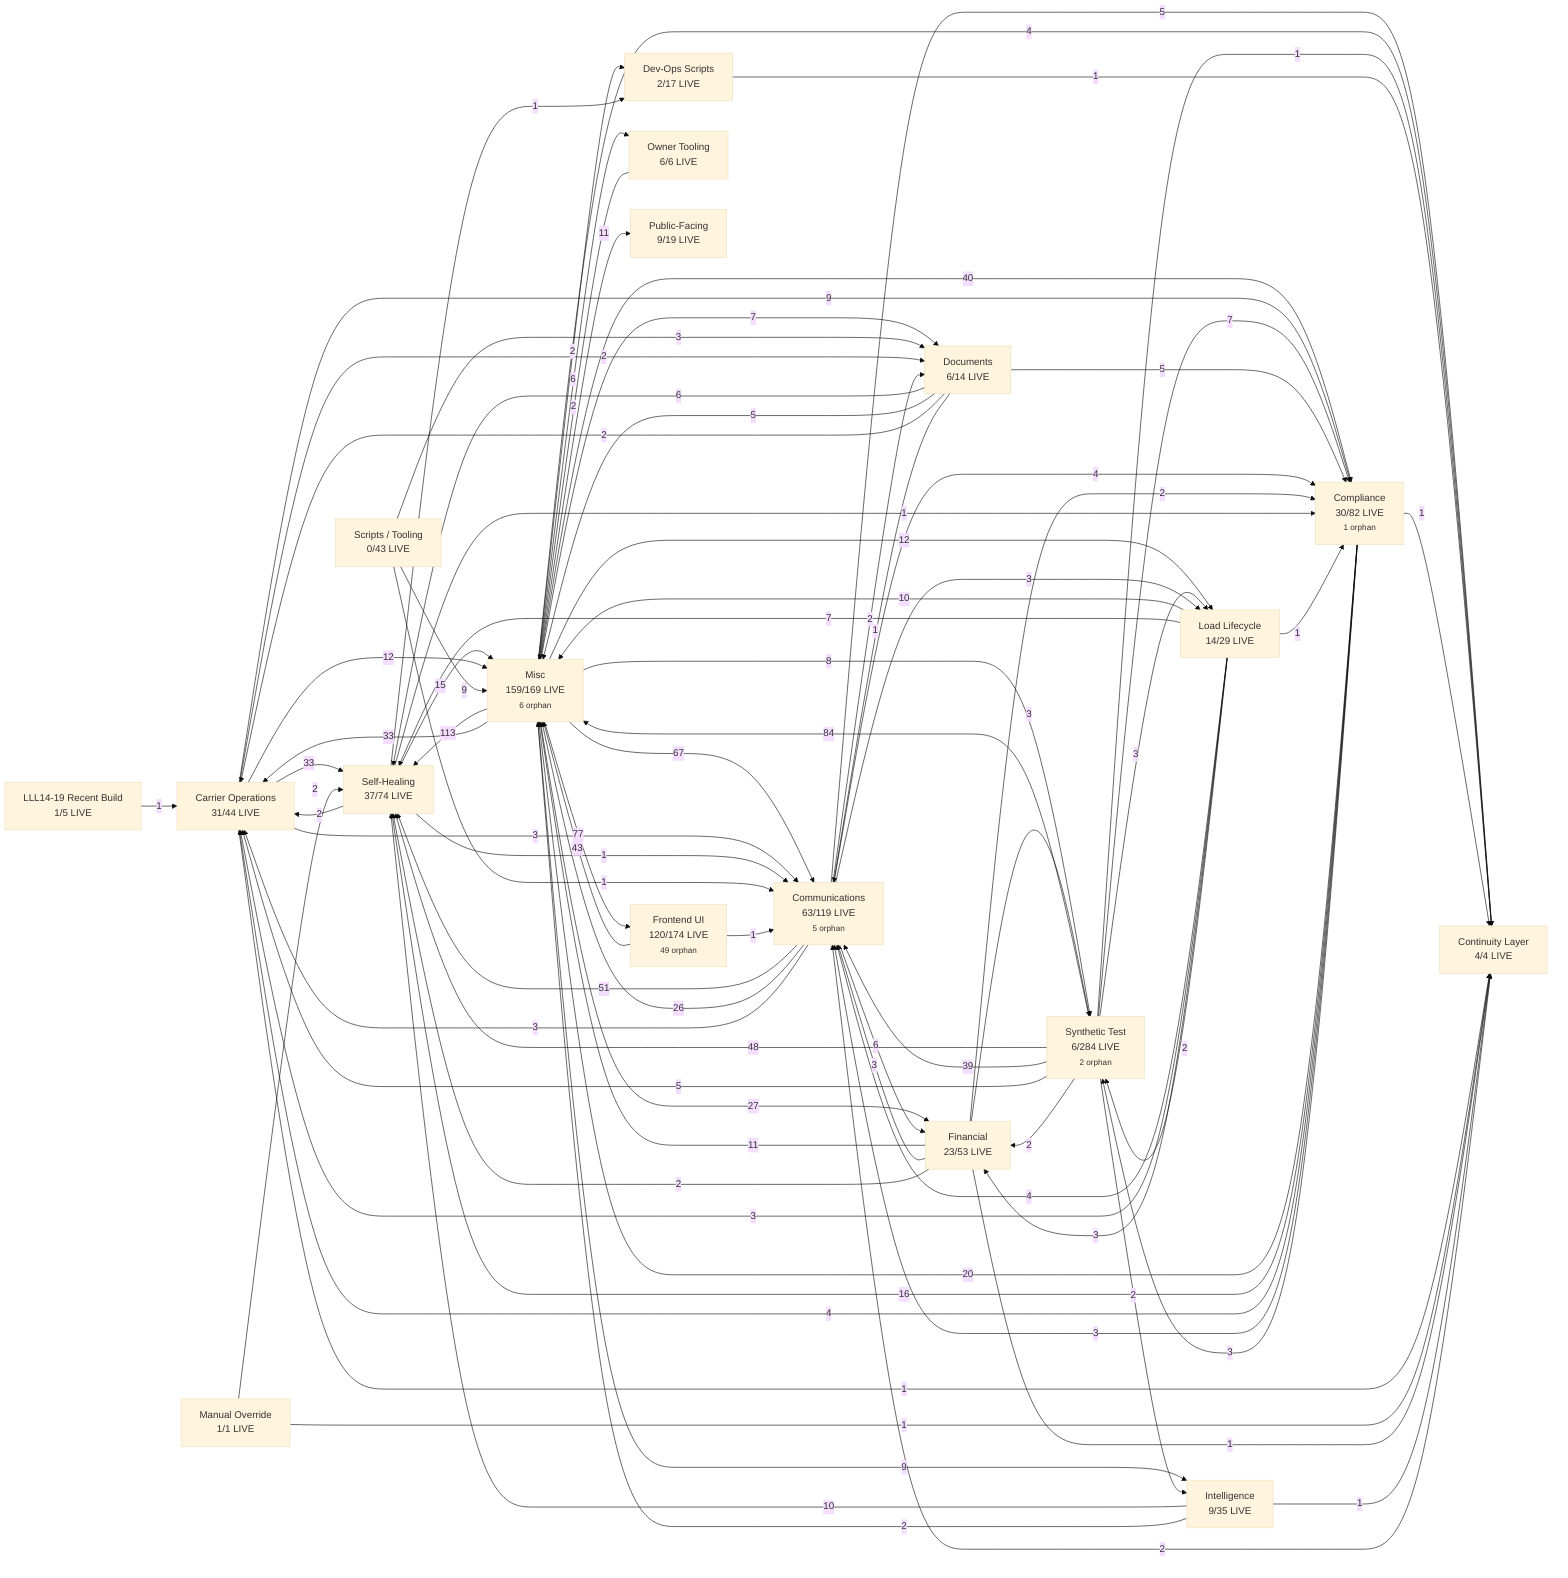
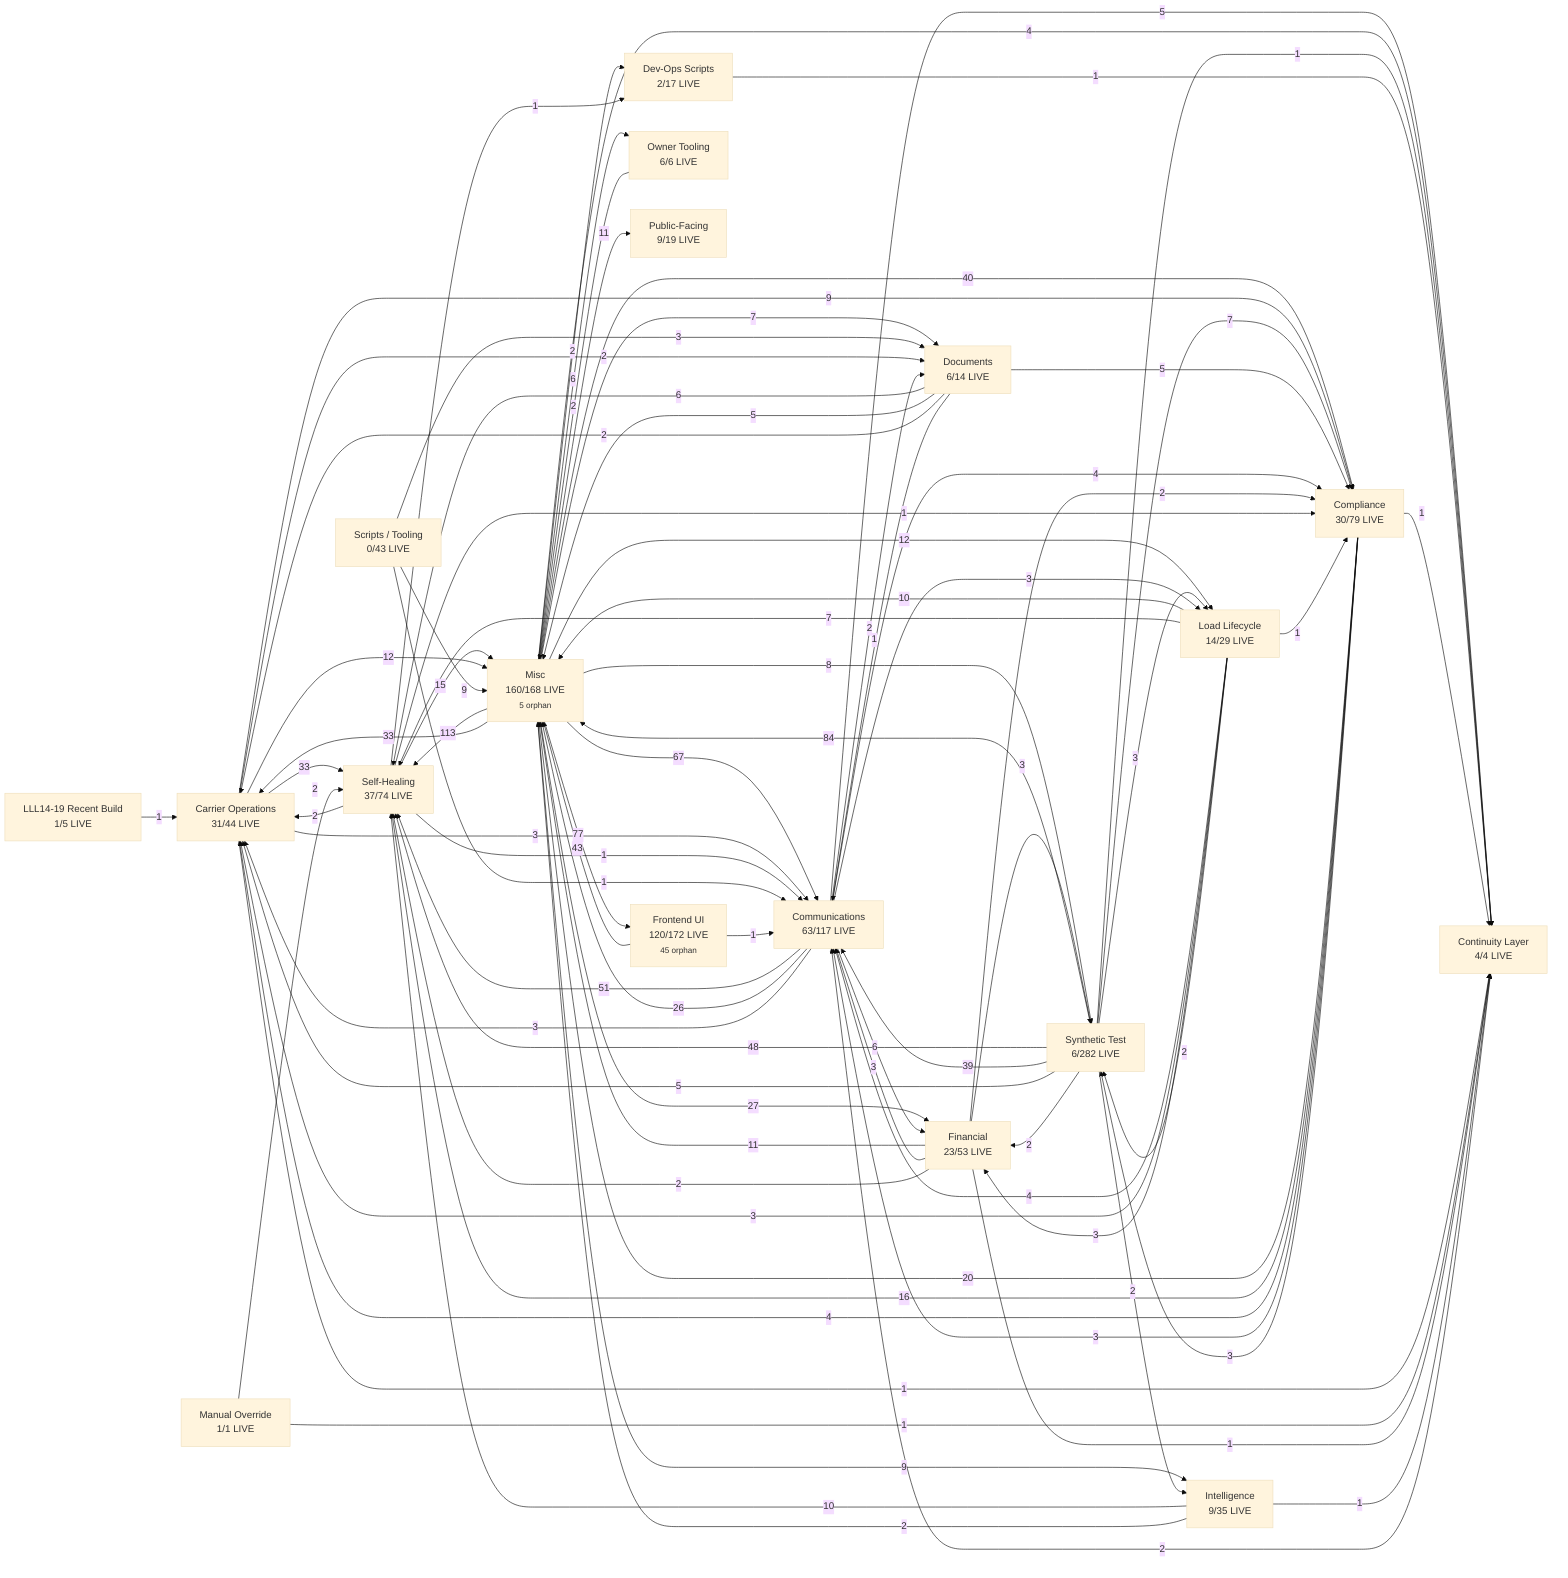
%%{init: {'theme':'base'}}%%
graph LR

  %% Subsystem nodes (size in label = LIVE / total)
  S_Carrier_Operations["Carrier Operations<br/>31/44 LIVE"]
-   S_Communications["Communications<br/>63/119 LIVE<br/><small>5 orphan</small>"]
-   S_Compliance["Compliance<br/>30/82 LIVE<br/><small>1 orphan</small>"]
+   S_Communications["Communications<br/>63/117 LIVE"]
+   S_Compliance["Compliance<br/>30/79 LIVE"]
  S_Continuity_Layer["Continuity Layer<br/>4/4 LIVE"]
  S_Dev_Ops_Scripts["Dev-Ops Scripts<br/>2/17 LIVE"]
  S_Documents["Documents<br/>6/14 LIVE"]
  S_Financial["Financial<br/>23/53 LIVE"]
-   S_Frontend_UI["Frontend UI<br/>120/174 LIVE<br/><small>49 orphan</small>"]
+   S_Frontend_UI["Frontend UI<br/>120/172 LIVE<br/><small>45 orphan</small>"]
  S_Intelligence["Intelligence<br/>9/35 LIVE"]
  S_LLL14_19_Recent_Build["LLL14-19 Recent Build<br/>1/5 LIVE"]
  S_Load_Lifecycle["Load Lifecycle<br/>14/29 LIVE"]
  S_Manual_Override["Manual Override<br/>1/1 LIVE"]
-   S_Misc["Misc<br/>159/169 LIVE<br/><small>6 orphan</small>"]
+   S_Misc["Misc<br/>160/168 LIVE<br/><small>5 orphan</small>"]
  S_Owner_Tooling["Owner Tooling<br/>6/6 LIVE"]
  S_Public_Facing["Public-Facing<br/>9/19 LIVE"]
  S_Scripts___Tooling["Scripts / Tooling<br/>0/43 LIVE"]
  S_Self_Healing["Self-Healing<br/>37/74 LIVE"]
-   S_Synthetic_Test["Synthetic Test<br/>6/284 LIVE<br/><small>2 orphan</small>"]
+   S_Synthetic_Test["Synthetic Test<br/>6/282 LIVE"]

  %% Cross-subsystem edges (weighted by caller-file count)
  S_Misc -- 113 --> S_Self_Healing
  S_Synthetic_Test -- 84 --> S_Misc
  S_Misc -- 77 --> S_Frontend_UI
  S_Misc -- 67 --> S_Communications
  S_Communications -- 51 --> S_Self_Healing
  S_Synthetic_Test -- 48 --> S_Self_Healing
  S_Frontend_UI -- 43 --> S_Misc
  S_Misc -- 40 --> S_Compliance
  S_Synthetic_Test -- 39 --> S_Communications
  S_Misc -- 33 --> S_Carrier_Operations
  S_Carrier_Operations -- 33 --> S_Self_Healing
  S_Misc -- 27 --> S_Financial
  S_Communications -- 26 --> S_Misc
  S_Compliance -- 20 --> S_Misc
  S_Compliance -- 16 --> S_Self_Healing
  S_Self_Healing -- 15 --> S_Misc
  S_Misc -- 12 --> S_Load_Lifecycle
  S_Carrier_Operations -- 12 --> S_Misc
  S_Financial -- 11 --> S_Misc
  S_Misc -- 11 --> S_Public_Facing
  S_Load_Lifecycle -- 10 --> S_Misc
  S_Intelligence -- 10 --> S_Self_Healing
  S_Carrier_Operations -- 9 --> S_Compliance
  S_Misc -- 9 --> S_Intelligence
  S_Scripts___Tooling -- 9 --> S_Misc
  S_Misc -- 8 --> S_Synthetic_Test
  S_Synthetic_Test -- 7 --> S_Compliance
  S_Misc -- 7 --> S_Documents
  S_Load_Lifecycle -- 7 --> S_Self_Healing
  S_Communications -- 6 --> S_Financial
  S_Misc -- 6 --> S_Owner_Tooling
  S_Documents -- 6 --> S_Self_Healing
  S_Synthetic_Test -- 5 --> S_Carrier_Operations
  S_Documents -- 5 --> S_Compliance
  S_Communications -- 5 --> S_Continuity_Layer
  S_Documents -- 5 --> S_Misc
  S_Compliance -- 4 --> S_Carrier_Operations
  S_Load_Lifecycle -- 4 --> S_Communications
  S_Communications -- 4 --> S_Compliance
  S_Misc -- 4 --> S_Continuity_Layer
  S_Load_Lifecycle -- 3 --> S_Carrier_Operations
  S_Communications -- 3 --> S_Carrier_Operations
  S_Financial -- 3 --> S_Communications
  S_Compliance -- 3 --> S_Communications
  S_Carrier_Operations -- 3 --> S_Communications
  S_Scripts___Tooling -- 3 --> S_Documents
  S_Load_Lifecycle -- 3 --> S_Financial
  S_Synthetic_Test -- 3 --> S_Load_Lifecycle
  S_Communications -- 3 --> S_Load_Lifecycle
  S_Compliance -- 3 --> S_Synthetic_Test
  S_Financial -- 3 --> S_Synthetic_Test
  S_Documents -- 2 --> S_Carrier_Operations
  S_Self_Healing -- 2 --> S_Carrier_Operations
  S_Continuity_Layer -- 2 --> S_Communications
  S_Financial -- 2 --> S_Compliance
  S_Misc -- 2 --> S_Dev_Ops_Scripts
  S_Carrier_Operations -- 2 --> S_Documents
  S_Communications -- 2 --> S_Documents
  S_Synthetic_Test -- 2 --> S_Financial
  S_Synthetic_Test -- 2 --> S_Intelligence
  S_Owner_Tooling -- 2 --> S_Misc
  S_Intelligence -- 2 --> S_Misc
  S_Manual_Override -- 2 --> S_Self_Healing
  S_Financial -- 2 --> S_Self_Healing
  S_Load_Lifecycle -- 2 --> S_Synthetic_Test
  S_LLL14_19_Recent_Build -- 1 --> S_Carrier_Operations
  S_Documents -- 1 --> S_Communications
  S_Self_Healing -- 1 --> S_Communications
  S_Scripts___Tooling -- 1 --> S_Communications
  S_Frontend_UI -- 1 --> S_Communications
  S_Self_Healing -- 1 --> S_Compliance
  S_Load_Lifecycle -- 1 --> S_Compliance
  S_Synthetic_Test -- 1 --> S_Continuity_Layer
  S_Dev_Ops_Scripts -- 1 --> S_Continuity_Layer
  S_Compliance -- 1 --> S_Continuity_Layer
  S_Carrier_Operations -- 1 --> S_Continuity_Layer
  S_Manual_Override -- 1 --> S_Continuity_Layer
  S_Financial -- 1 --> S_Continuity_Layer
  S_Intelligence -- 1 --> S_Continuity_Layer
  S_Self_Healing -- 1 --> S_Dev_Ops_Scripts